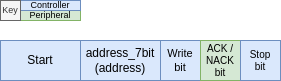
Above: docs/modules/peripherals/images/I2C_Controller_Probe.png in AdamVeazey/edf (draw.io), before the change. Source tidied: cells renumbered, new cells last; positions are measured from the earlier drawing's top-left corner, leaving out a move shared by most shapes. Source of this version:
```xml
<mxGraphModel>
  <root>
    <mxCell id="0" />
    <mxCell id="1" parent="0" />
    <mxCell id="2" value="Peripheral" style="rounded=0;whiteSpace=wrap;html=1;fillColor=#d5e8d4;strokeColor=#82b366;fontSize=9;" parent="1" vertex="1">
      <mxGeometry x="20" y="10" width="60" height="10" as="geometry" />
    </mxCell>
    <mxCell id="3" value="Controller" style="rounded=0;whiteSpace=wrap;html=1;fillColor=#dae8fc;strokeColor=#6c8ebf;fontSize=9;" parent="1" vertex="1">
      <mxGeometry x="20" width="60" height="10" as="geometry" />
    </mxCell>
    <mxCell id="4" value="Start" style="rounded=0;whiteSpace=wrap;html=1;fillColor=#dae8fc;strokeColor=#6c8ebf;fontSize=12;" parent="1" vertex="1">
      <mxGeometry y="40" width="80" height="40" as="geometry" />
    </mxCell>
    <mxCell id="5" value="address_7bit&lt;div&gt;(address)&lt;/div&gt;" style="rounded=0;whiteSpace=wrap;html=1;fillColor=#dae8fc;strokeColor=#6c8ebf;fontSize=12;" parent="1" vertex="1">
      <mxGeometry x="80" y="40" width="80" height="40" as="geometry" />
    </mxCell>
    <mxCell id="6" value="Write bit" style="rounded=0;whiteSpace=wrap;html=1;fontSize=11;fillColor=#dae8fc;strokeColor=#6c8ebf;" parent="1" vertex="1">
      <mxGeometry x="160" y="40" width="40" height="40" as="geometry" />
    </mxCell>
    <mxCell id="7" value="ACK / NACK&lt;br style=&quot;font-size: 10px;&quot;&gt;bit" style="rounded=0;whiteSpace=wrap;html=1;fontSize=10;fillColor=#d5e8d4;strokeColor=#82b366;" parent="1" vertex="1">
      <mxGeometry x="200" y="40" width="40" height="40" as="geometry" />
    </mxCell>
    <mxCell id="8" value="Stop&lt;br style=&quot;font-size: 10px;&quot;&gt;bit" style="rounded=0;whiteSpace=wrap;html=1;fontSize=10;fillColor=#dae8fc;strokeColor=#6c8ebf;" parent="1" vertex="1">
      <mxGeometry x="240" y="40" width="40" height="40" as="geometry" />
    </mxCell>
    <mxCell id="9" value="Key" style="rounded=0;whiteSpace=wrap;html=1;fontSize=9;fillColor=#f5f5f5;fontColor=#333333;strokeColor=#666666;" parent="1" vertex="1">
      <mxGeometry width="20" height="20" as="geometry" />
    </mxCell>
  </root>
</mxGraphModel>
```
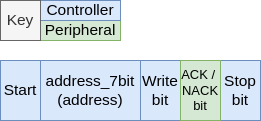
After the change.

What changed in the source:
```diff
@@ -2,29 +2,29 @@
   <root>
     <mxCell id="0" />
     <mxCell id="1" parent="0" />
+    <mxCell id="8" value="Stop&lt;br style=&quot;font-size: 15.5px;&quot;&gt;bit" style="rounded=0;whiteSpace=wrap;html=1;fontSize=15.5;fillColor=#dae8fc;strokeColor=#6c8ebf;" parent="1" vertex="1">
+      <mxGeometry x="220" y="180" width="40" height="60" as="geometry" />
+    </mxCell>
+    <mxCell id="5" value="address_7bit&lt;br&gt;(address)" style="rounded=0;whiteSpace=wrap;html=1;fillColor=#dae8fc;strokeColor=#6c8ebf;fontSize=15.5;" parent="1" vertex="1">
+      <mxGeometry x="40" y="180" width="100" height="60" as="geometry" />
+    </mxCell>
+    <mxCell id="6" value="Write bit" style="rounded=0;whiteSpace=wrap;html=1;fontSize=15.5;fillColor=#dae8fc;strokeColor=#6c8ebf;" parent="1" vertex="1">
+      <mxGeometry x="140" y="180" width="40" height="60" as="geometry" />
+    </mxCell>
-    <mxCell id="2" value="Peripheral" style="rounded=0;whiteSpace=wrap;html=1;fillColor=#d5e8d4;strokeColor=#82b366;fontSize=9;" parent="1" vertex="1">
-      <mxGeometry x="20" y="10" width="60" height="10" as="geometry" />
+    <mxCell id="2" value="Peripheral" style="rounded=0;whiteSpace=wrap;html=1;fillColor=#d5e8d4;strokeColor=#82b366;fontSize=15.5;fontFamily=Helvetica;labelBorderColor=none;" parent="1" vertex="1">
+      <mxGeometry x="40" y="140" width="80" height="20" as="geometry" />
     </mxCell>
-    <mxCell id="3" value="Controller" style="rounded=0;whiteSpace=wrap;html=1;fillColor=#dae8fc;strokeColor=#6c8ebf;fontSize=9;" parent="1" vertex="1">
-      <mxGeometry x="20" width="60" height="10" as="geometry" />
+    <mxCell id="3" value="Controller" style="rounded=0;whiteSpace=wrap;html=1;fillColor=#dae8fc;strokeColor=#6c8ebf;fontSize=15.5;fontFamily=Helvetica;labelBorderColor=none;" parent="1" vertex="1">
+      <mxGeometry x="40" y="120" width="80" height="20" as="geometry" />
     </mxCell>
-    <mxCell id="4" value="Start" style="rounded=0;whiteSpace=wrap;html=1;fillColor=#dae8fc;strokeColor=#6c8ebf;fontSize=12;" parent="1" vertex="1">
-      <mxGeometry y="40" width="80" height="40" as="geometry" />
+    <mxCell id="4" value="Start" style="rounded=0;whiteSpace=wrap;html=1;fillColor=#dae8fc;strokeColor=#6c8ebf;fontSize=15.5;fontFamily=Helvetica;labelBorderColor=none;" parent="1" vertex="1">
+      <mxGeometry y="180" width="40" height="60" as="geometry" />
     </mxCell>
-    <mxCell id="5" value="address_7bit&lt;div&gt;(address)&lt;/div&gt;" style="rounded=0;whiteSpace=wrap;html=1;fillColor=#dae8fc;strokeColor=#6c8ebf;fontSize=12;" parent="1" vertex="1">
-      <mxGeometry x="80" y="40" width="80" height="40" as="geometry" />
-    </mxCell>
-    <mxCell id="6" value="Write bit" style="rounded=0;whiteSpace=wrap;html=1;fontSize=11;fillColor=#dae8fc;strokeColor=#6c8ebf;" parent="1" vertex="1">
-      <mxGeometry x="160" y="40" width="40" height="40" as="geometry" />
-    </mxCell>
-    <mxCell id="7" value="ACK / NACK&lt;br style=&quot;font-size: 10px;&quot;&gt;bit" style="rounded=0;whiteSpace=wrap;html=1;fontSize=10;fillColor=#d5e8d4;strokeColor=#82b366;" parent="1" vertex="1">
-      <mxGeometry x="200" y="40" width="40" height="40" as="geometry" />
+    <mxCell id="7" value="ACK /&amp;nbsp; NACK bit" style="rounded=0;whiteSpace=wrap;html=1;fontSize=13;fillColor=#d5e8d4;strokeColor=#82b366;fontFamily=Helvetica;labelBorderColor=none;" parent="1" vertex="1">
+      <mxGeometry x="180" y="180" width="40" height="60" as="geometry" />
     </mxCell>
-    <mxCell id="8" value="Stop&lt;br style=&quot;font-size: 10px;&quot;&gt;bit" style="rounded=0;whiteSpace=wrap;html=1;fontSize=10;fillColor=#dae8fc;strokeColor=#6c8ebf;" parent="1" vertex="1">
-      <mxGeometry x="240" y="40" width="40" height="40" as="geometry" />
-    </mxCell>
-    <mxCell id="9" value="Key" style="rounded=0;whiteSpace=wrap;html=1;fontSize=9;fillColor=#f5f5f5;fontColor=#333333;strokeColor=#666666;" parent="1" vertex="1">
-      <mxGeometry width="20" height="20" as="geometry" />
+    <mxCell id="9" value="Key" style="rounded=0;whiteSpace=wrap;html=1;fontSize=15.5;fillColor=#f5f5f5;fontColor=#333333;strokeColor=#666666;fontFamily=Helvetica;labelBorderColor=none;" parent="1" vertex="1">
+      <mxGeometry y="120" width="40" height="40" as="geometry" />
     </mxCell>
   </root>
 </mxGraphModel>
```
